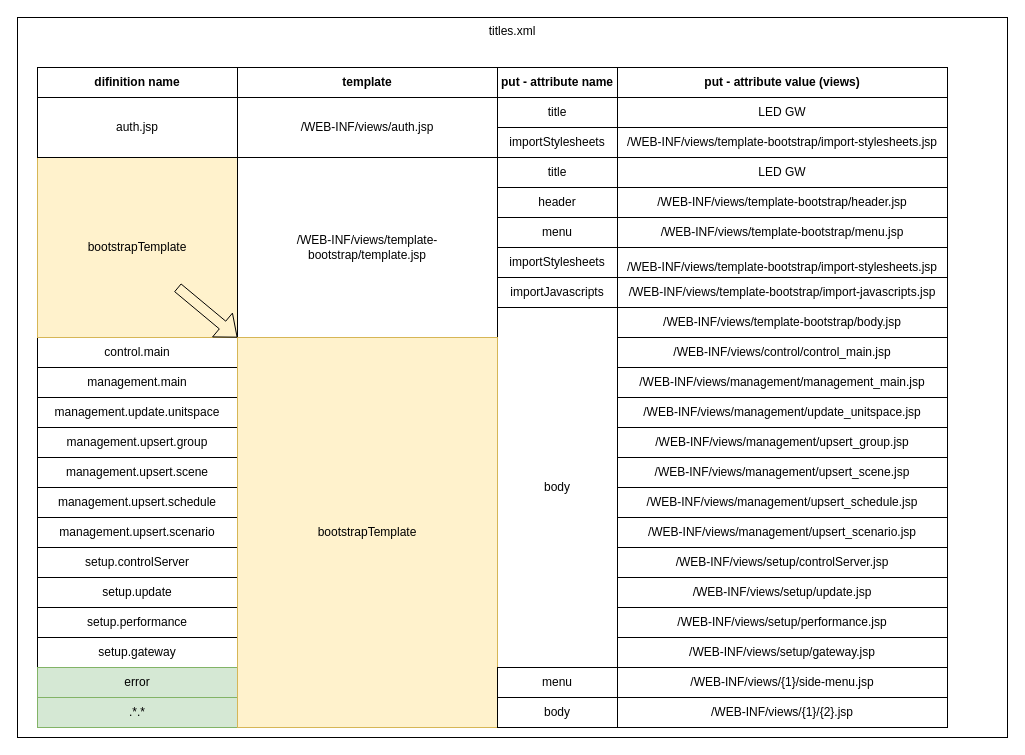
Above: ETRI_smart_sensor.drawio in HiImYong/diagrams (draw.io), before the change. Source tidied: cells renumbered, new cells numbered last; positions are measured from the earlier drawing's top-left corner, leaving out a move shared by most shapes. Both pictures are drawn from the tidied source at 100%, with x=0, y=0 at pixel (17, 17).
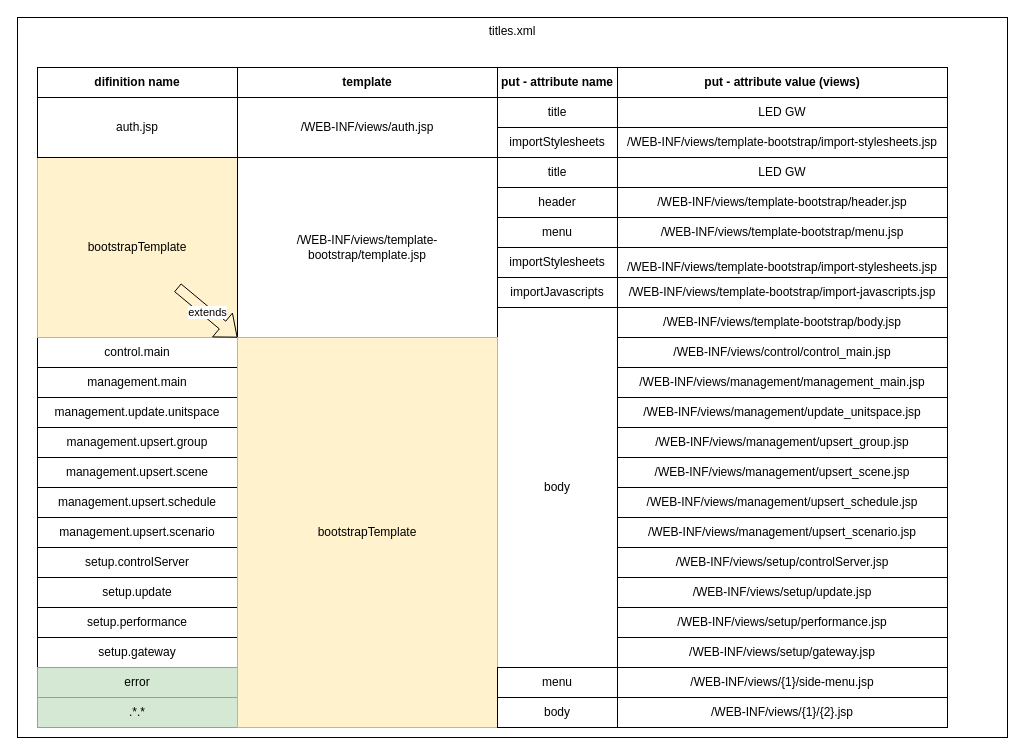
After the change.

Unchanged cells that the change refers to:
```xml
<mxCell id="55" value="bootstrapTemplate" style="rounded=0;whiteSpace=wrap;html=1;fillColor=#fff2cc;strokeColor=#d6b656;" parent="1" vertex="1">
  <mxGeometry x="220" y="320" width="260" height="390" as="geometry" />
</mxCell>
```

Diff of the diagram source:
```diff
@@
-    <mxCell id="56" style="shape=flexArrow;endArrow=classic;html=1;rounded=0;entryX=0;entryY=0;entryDx=0;entryDy=0;" parent="1" edge="1" target="55">
+    <mxCell id="56" value="extends" style="shape=flexArrow;endArrow=classic;html=1;rounded=0;entryX=0;entryY=0;entryDx=0;entryDy=0;" parent="1" edge="1" target="55">
       <mxGeometry relative="1" as="geometry">
         <mxPoint x="160" y="270" as="sourcePoint" />
       </mxGeometry>
     </mxCell>
```
